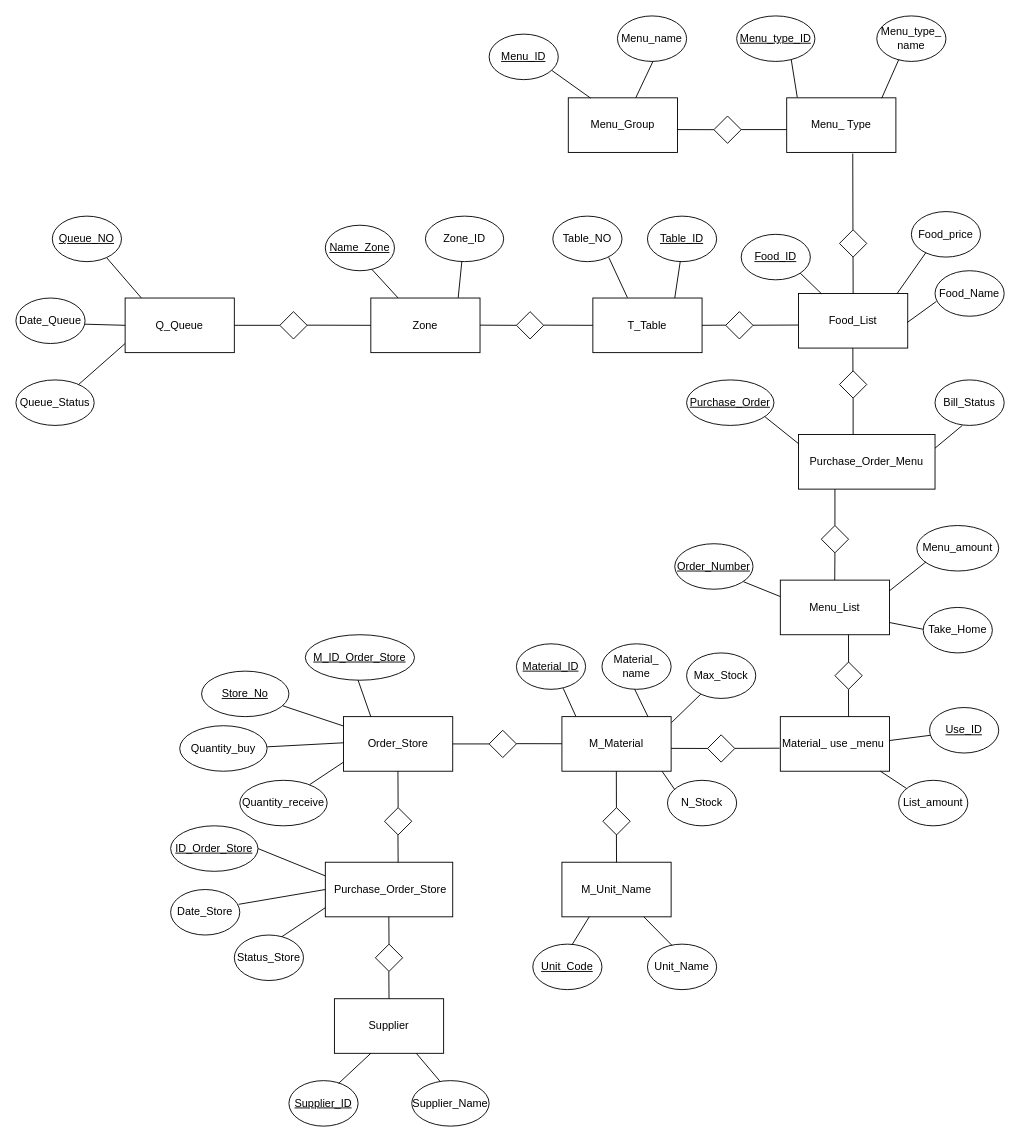
The draw.io diagram ทดสอบ.drawio in banthitamakjeen/git-workshop, before the edit. Source tidied: cells renumbered, new cells numbered last; positions are measured from the earlier drawing's top-left corner, leaving out a move shared by most shapes. Both pictures are drawn from the tidied source at 91%, with x=0, y=0 at pixel (15, 15).
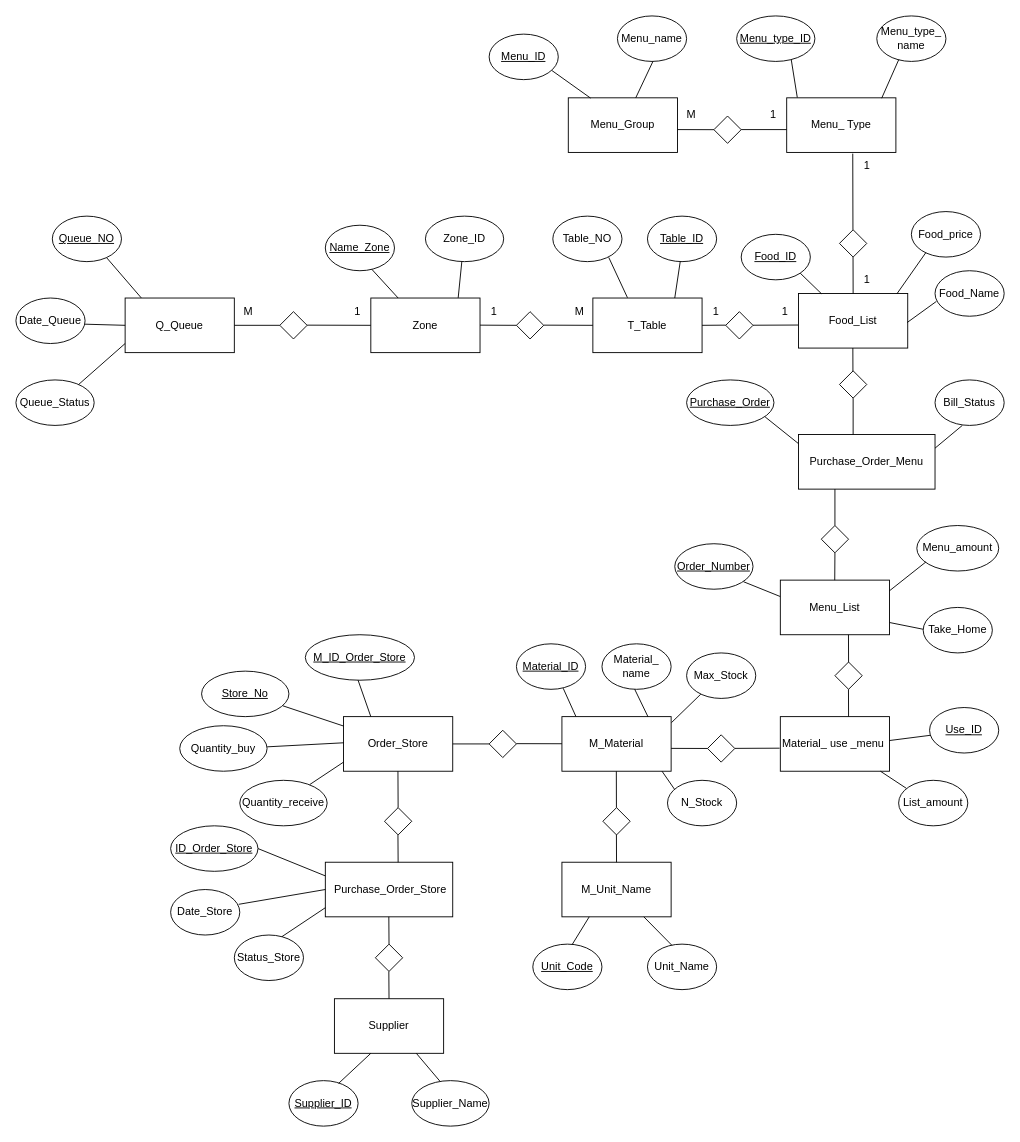
The same diagram, later.

Change to the diagram source:
```diff
@@
+    <mxCell id="127" value="M" style="text;html=1;align=center;verticalAlign=middle;strokeColor=none;fillColor=none;" parent="1" vertex="1">
+      <mxGeometry x="240" y="310" width="30" height="30" as="geometry" />
+    </mxCell>
+    <mxCell id="128" value="1" style="text;html=1;align=center;verticalAlign=middle;strokeColor=none;fillColor=none;" parent="1" vertex="1">
+      <mxGeometry x="360" y="310" width="30" height="30" as="geometry" />
+    </mxCell>
+    <mxCell id="129" value="1" style="text;html=1;align=center;verticalAlign=middle;strokeColor=none;fillColor=none;" parent="1" vertex="1">
+      <mxGeometry x="510" y="310" width="30" height="30" as="geometry" />
+    </mxCell>
+    <mxCell id="130" value="M" style="text;html=1;align=center;verticalAlign=middle;strokeColor=none;fillColor=none;" parent="1" vertex="1">
+      <mxGeometry x="604" y="310" width="30" height="30" as="geometry" />
+    </mxCell>
+    <mxCell id="131" value="1" style="text;html=1;align=center;verticalAlign=middle;strokeColor=none;fillColor=none;" parent="1" vertex="1">
+      <mxGeometry x="754" y="310" width="30" height="30" as="geometry" />
+    </mxCell>
+    <mxCell id="132" value="1" style="text;html=1;align=center;verticalAlign=middle;strokeColor=none;fillColor=none;" parent="1" vertex="1">
+      <mxGeometry x="830" y="310" width="30" height="30" as="geometry" />
+    </mxCell>
+    <mxCell id="133" value="1" style="text;html=1;align=center;verticalAlign=middle;strokeColor=none;fillColor=none;" parent="1" vertex="1">
+      <mxGeometry x="920" y="150" width="30" height="30" as="geometry" />
+    </mxCell>
+    <mxCell id="134" value="1" style="text;html=1;align=center;verticalAlign=middle;strokeColor=none;fillColor=none;" parent="1" vertex="1">
+      <mxGeometry x="920" y="275" width="30" height="30" as="geometry" />
+    </mxCell>
+    <mxCell id="135" value="M" style="text;html=1;align=center;verticalAlign=middle;strokeColor=none;fillColor=none;" parent="1" vertex="1">
+      <mxGeometry x="727" y="94" width="30" height="30" as="geometry" />
+    </mxCell>
+    <mxCell id="136" value="1" style="text;html=1;align=center;verticalAlign=middle;strokeColor=none;fillColor=none;" parent="1" vertex="1">
+      <mxGeometry x="817" y="94" width="30" height="30" as="geometry" />
+    </mxCell>
```
